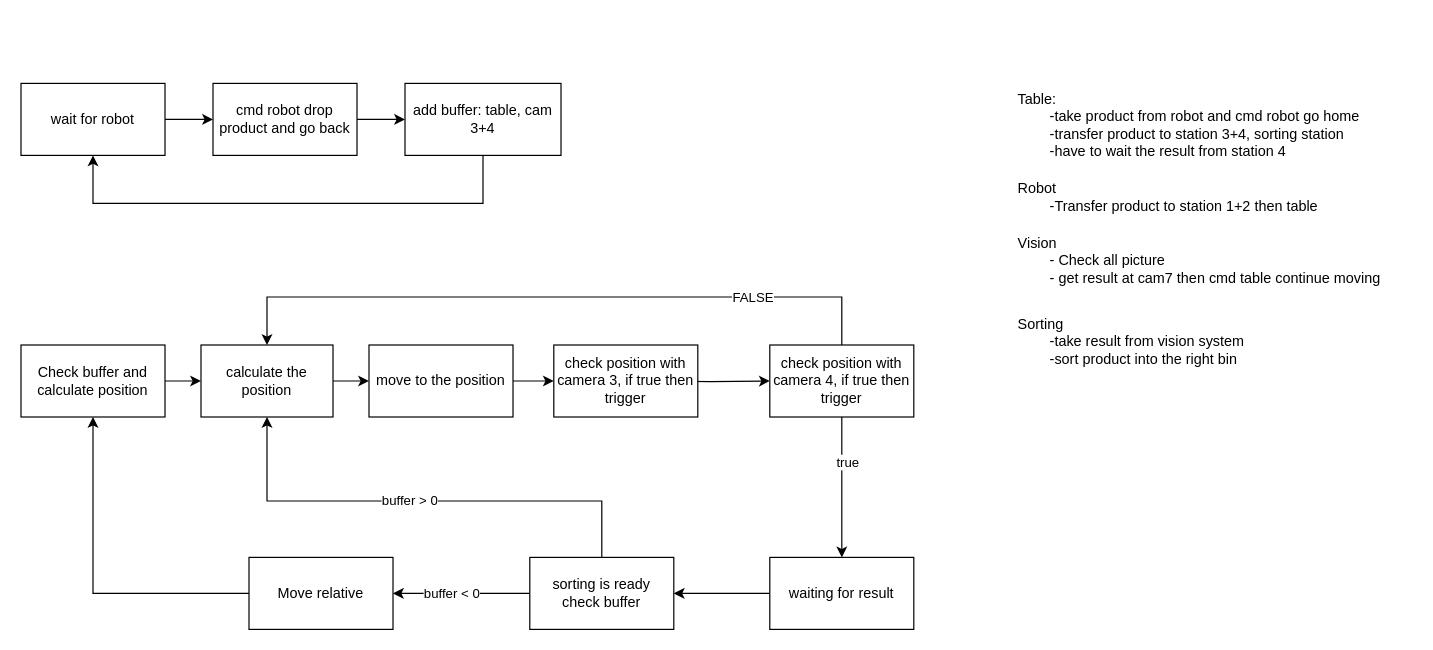
Before: page "State EM" (6 of 6) of Untitled Diagram.drawio in huyjim1996/AOI-Machine, a draw.io diagram. Source tidied: cells renumbered, new cells numbered last; positions are measured from the earlier drawing's top-left corner, leaving out a move shared by most shapes. Both pictures are drawn from the tidied source at 120%, with x=0, y=0 at pixel (20, 83).
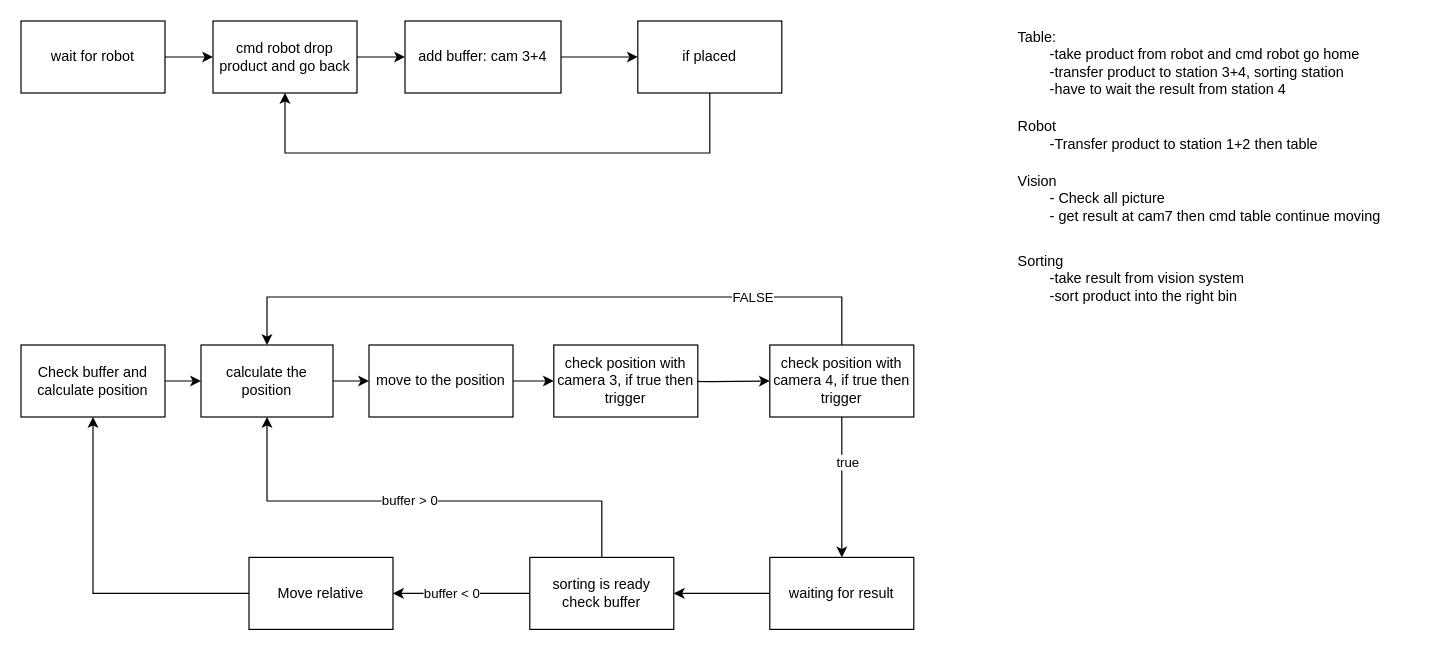
Above is the later version.

Change to the diagram source:
```diff
@@
     <mxCell id="2" value="&lt;div style=&quot;&quot;&gt;&lt;span style=&quot;background-color: initial;&quot;&gt;Table:&lt;/span&gt;&lt;/div&gt;&lt;div style=&quot;&quot;&gt;&lt;span style=&quot;white-space: pre;&quot;&gt;&#9;&lt;/span&gt;-take product from robot and cmd robot go home&lt;br&gt;&lt;/div&gt;&lt;div style=&quot;&quot;&gt;&lt;span style=&quot;white-space: pre;&quot;&gt;&#9;&lt;/span&gt;-transfer product to station 3+4, sorting station&lt;br&gt;&lt;/div&gt;&lt;div style=&quot;&quot;&gt;&lt;span style=&quot;white-space: pre;&quot;&gt;&#9;&lt;/span&gt;-have to wait the result from station 4&lt;/div&gt;" style="text;html=1;align=left;verticalAlign=middle;strokeColor=none;fillColor=none;" parent="1" vertex="1">
-      <mxGeometry x="829" width="310" height="70" as="geometry" />
+      <mxGeometry x="829" y="-52" width="310" height="70" as="geometry" />
     </mxCell>
     <mxCell id="3" value="Robot&lt;div&gt;&lt;span style=&quot;white-space: pre;&quot;&gt;&#9;&lt;/span&gt;-Transfer product to station 1+2 then table&lt;/div&gt;" style="text;html=1;align=left;verticalAlign=middle;strokeColor=none;fillColor=none;" parent="1" vertex="1">
-      <mxGeometry x="829" y="75" width="270" height="40" as="geometry" />
+      <mxGeometry x="829" y="23" width="270" height="40" as="geometry" />
     </mxCell>
     <mxCell id="4" value="&lt;div&gt;Vision&lt;/div&gt;&lt;div&gt;&lt;span style=&quot;white-space: pre;&quot;&gt;&#9;&lt;/span&gt;- Check all picture&lt;br&gt;&lt;/div&gt;&lt;div&gt;&lt;span style=&quot;white-space: pre;&quot;&gt;&#9;&lt;/span&gt;- get result at cam7 then cmd table continue moving&lt;br&gt;&lt;/div&gt;" style="text;html=1;align=left;verticalAlign=middle;strokeColor=none;fillColor=none;" parent="1" vertex="1">
-      <mxGeometry x="829" y="118" width="330" height="60" as="geometry" />
+      <mxGeometry x="829" y="66" width="330" height="60" as="geometry" />
     </mxCell>
     <mxCell id="5" value="Sorting&lt;div&gt;&lt;span style=&quot;white-space: pre;&quot;&gt;&#9;&lt;/span&gt;-take result from vision system&lt;br&gt;&lt;/div&gt;&lt;div&gt;&lt;span style=&quot;white-space: pre;&quot;&gt;&#9;&lt;/span&gt;-sort product into the right bin&lt;br&gt;&lt;/div&gt;" style="text;html=1;align=left;verticalAlign=middle;strokeColor=none;fillColor=none;" parent="1" vertex="1">
-      <mxGeometry x="829" y="185" width="210" height="60" as="geometry" />
+      <mxGeometry x="829" y="133" width="210" height="60" as="geometry" />
     </mxCell>
@@
     <mxCell id="7" value="wait for robot" style="whiteSpace=wrap;html=1;" parent="1" vertex="1">
-      <mxGeometry width="120" height="60" as="geometry" />
+      <mxGeometry y="-52" width="120" height="60" as="geometry" />
     </mxCell>
@@
     <mxCell id="9" value="cmd robot drop product and go back" style="whiteSpace=wrap;html=1;" parent="1" vertex="1">
-      <mxGeometry x="160" width="120" height="60" as="geometry" />
+      <mxGeometry x="160" y="-52" width="120" height="60" as="geometry" />
     </mxCell>
-    <mxCell id="10" style="edgeStyle=orthogonalEdgeStyle;rounded=0;jettySize=auto;html=1;entryX=0.5;entryY=1;entryDx=0;entryDy=0;" parent="1" edge="1" source="11" target="7">
-      <mxGeometry relative="1" as="geometry">
-        <Array as="points">
-          <mxPoint x="385" y="100" />
-          <mxPoint x="60" y="100" />
-        </Array>
-      </mxGeometry>
-    </mxCell>
+    <mxCell id="34" style="edgeStyle=orthogonalEdgeStyle;rounded=0;jettySize=auto;html=1;" parent="1" edge="1" source="11" target="36">
+      <mxGeometry relative="1" as="geometry" />
+    </mxCell>
-    <mxCell id="11" value="&lt;span style=&quot;background-color: initial;&quot;&gt;add buffer: table, cam 3+4&lt;/span&gt;" style="whiteSpace=wrap;html=1;align=center;strokeWidth=1;" parent="1" vertex="1">
-      <mxGeometry x="320" width="130" height="60" as="geometry" />
+    <mxCell id="11" value="&lt;span style=&quot;background-color: initial;&quot;&gt;add buffer: cam 3+4&lt;/span&gt;" style="whiteSpace=wrap;html=1;align=center;strokeWidth=1;" parent="1" vertex="1">
+      <mxGeometry x="320" y="-52" width="130" height="60" as="geometry" />
     </mxCell>
@@
+    <mxCell id="35" style="edgeStyle=orthogonalEdgeStyle;rounded=0;jettySize=auto;html=1;entryX=0.5;entryY=1;entryDx=0;entryDy=0;" parent="1" edge="1" source="36" target="9">
+      <mxGeometry relative="1" as="geometry">
+        <Array as="points">
+          <mxPoint x="574" y="58" />
+          <mxPoint x="220" y="58" />
+        </Array>
+      </mxGeometry>
+    </mxCell>
+    <mxCell id="36" value="if placed" style="whiteSpace=wrap;html=1;strokeWidth=1;" parent="1" vertex="1">
+      <mxGeometry x="514" y="-52" width="120" height="60" as="geometry" />
+    </mxCell>
```
